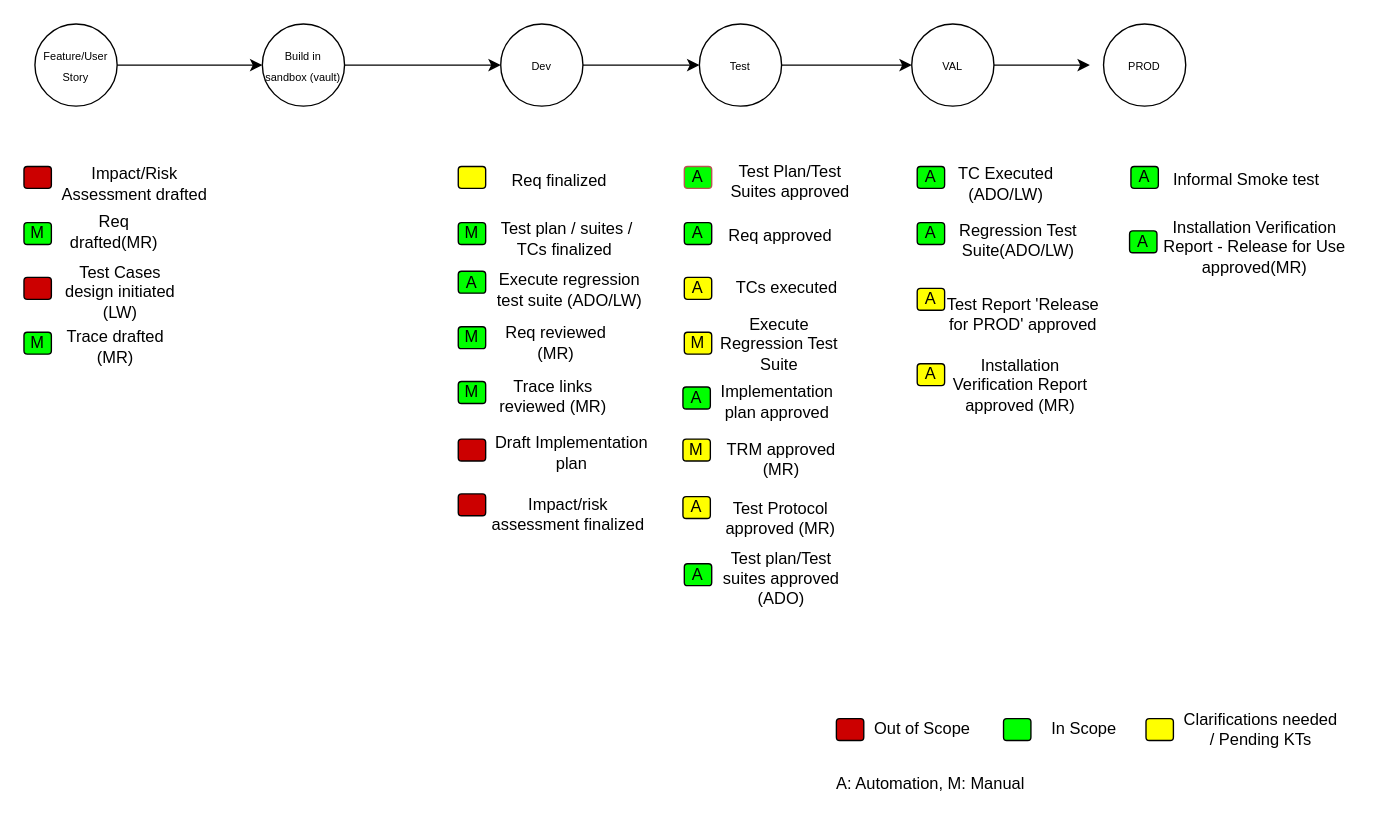
Above: hpalmtoado3.drawio in surajnaik90/Architectures-Designs (draw.io), before the change. Source tidied: cells renumbered, new cells numbered last; positions are measured from the earlier drawing's top-left corner, leaving out a move shared by most shapes. Both pictures are drawn from the tidied source at 137%, with x=0, y=0 at pixel (23, 23).
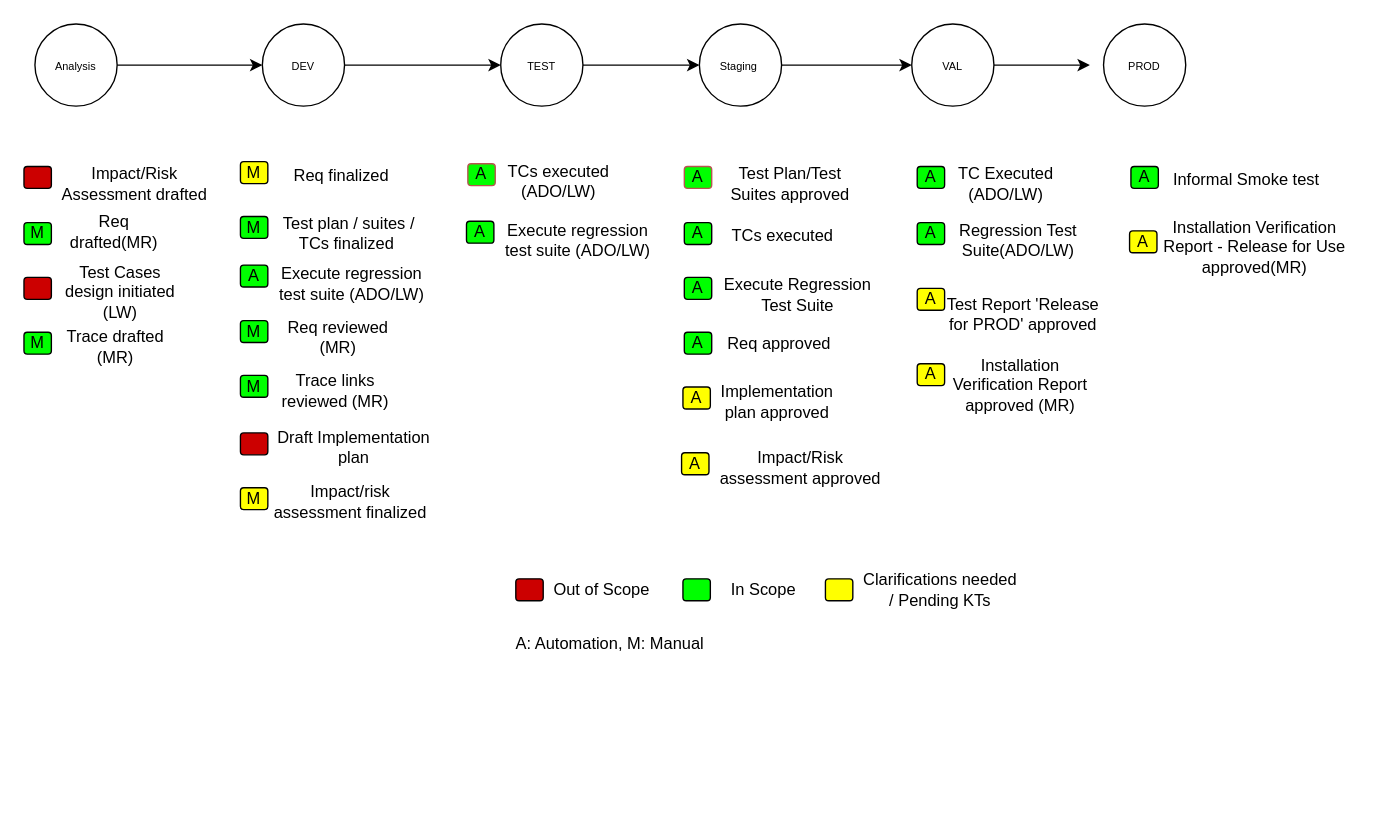
After the change.

Diff of the diagram source:
```diff
@@
-    <mxCell id="4" value="&lt;font style=&quot;font-size: 8px;&quot;&gt;Build in sandbox (vault)&lt;/font&gt;" style="text;html=1;strokeColor=none;fillColor=none;align=center;verticalAlign=middle;whiteSpace=wrap;rounded=0;" parent="1" vertex="1">
+    <mxCell id="4" value="&lt;font style=&quot;font-size: 8px;&quot;&gt;DEV&lt;/font&gt;" style="text;html=1;strokeColor=none;fillColor=none;align=center;verticalAlign=middle;whiteSpace=wrap;rounded=0;" parent="1" vertex="1">
       <mxGeometry x="174" y="15" width="60" height="30" as="geometry" />
     </mxCell>
@@
-    <mxCell id="7" value="&lt;font style=&quot;font-size: 8px;&quot;&gt;Dev&lt;/font&gt;" style="text;html=1;strokeColor=none;fillColor=none;align=center;verticalAlign=middle;whiteSpace=wrap;rounded=0;" parent="1" vertex="1">
+    <mxCell id="7" value="&lt;font style=&quot;font-size: 8px;&quot;&gt;TEST&lt;/font&gt;" style="text;html=1;strokeColor=none;fillColor=none;align=center;verticalAlign=middle;whiteSpace=wrap;rounded=0;" parent="1" vertex="1">
       <mxGeometry x="348" y="15" width="60" height="30" as="geometry" />
     </mxCell>
@@
-    <mxCell id="10" value="&lt;font style=&quot;font-size: 8px;&quot;&gt;Test&lt;/font&gt;" style="text;html=1;strokeColor=none;fillColor=none;align=center;verticalAlign=middle;whiteSpace=wrap;rounded=0;" parent="1" vertex="1">
+    <mxCell id="10" value="&lt;font style=&quot;font-size: 8px;&quot;&gt;Staging&lt;span style=&quot;white-space: pre;&quot;&gt; &lt;/span&gt;&lt;/font&gt;" style="text;html=1;strokeColor=none;fillColor=none;align=center;verticalAlign=middle;whiteSpace=wrap;rounded=0;" parent="1" vertex="1">
       <mxGeometry x="493" y="15" width="60" height="30" as="geometry" />
     </mxCell>
@@
     <mxCell id="17" value="A: Automation, M: Manual" style="text;html=1;strokeColor=none;fillColor=none;align=center;verticalAlign=middle;whiteSpace=wrap;rounded=0;" parent="1" vertex="1">
-      <mxGeometry x="561" y="540" width="202" height="30" as="geometry" />
+      <mxGeometry x="327" y="438" width="202" height="30" as="geometry" />
     </mxCell>
@@
-    <mxCell id="24" value="&lt;font style=&quot;font-size: 8px;&quot;&gt;Feature/User Story&lt;/font&gt;" style="text;html=1;strokeColor=none;fillColor=none;align=center;verticalAlign=middle;whiteSpace=wrap;rounded=0;" parent="1" vertex="1">
+    <mxCell id="24" value="&lt;font style=&quot;font-size: 8px;&quot;&gt;Analysis&lt;/font&gt;" style="text;html=1;strokeColor=none;fillColor=none;align=center;verticalAlign=middle;whiteSpace=wrap;rounded=0;" parent="1" vertex="1">
       <mxGeometry x="8" y="15" width="60" height="30" as="geometry" />
     </mxCell>
-    <mxCell id="25" value="Req finalized" style="text;html=1;strokeColor=none;fillColor=none;align=center;verticalAlign=middle;whiteSpace=wrap;rounded=0;" parent="1" vertex="1">
-      <mxGeometry x="342" y="100" width="98" height="30" as="geometry" />
-    </mxCell>
-    <mxCell id="26" value="Test plan / suites / TCs finalized&amp;nbsp;" style="text;html=1;strokeColor=none;fillColor=none;align=center;verticalAlign=middle;whiteSpace=wrap;rounded=0;" parent="1" vertex="1">
-      <mxGeometry x="343" y="142" width="107" height="30" as="geometry" />
-    </mxCell>
-    <mxCell id="27" value="Execute regression test suite (ADO/LW)" style="text;html=1;strokeColor=none;fillColor=none;align=center;verticalAlign=middle;whiteSpace=wrap;rounded=0;" parent="1" vertex="1">
-      <mxGeometry x="339" y="179" width="119" height="30" as="geometry" />
-    </mxCell>
-    <mxCell id="28" value="Req reviewed (MR)" style="text;html=1;strokeColor=none;fillColor=none;align=center;verticalAlign=middle;whiteSpace=wrap;rounded=0;" parent="1" vertex="1">
-      <mxGeometry x="345" y="218" width="87" height="30" as="geometry" />
-    </mxCell>
-    <mxCell id="29" value="Trace links reviewed (MR)" style="text;html=1;strokeColor=none;fillColor=none;align=center;verticalAlign=middle;whiteSpace=wrap;rounded=0;" parent="1" vertex="1">
-      <mxGeometry x="345" y="257" width="83" height="30" as="geometry" />
-    </mxCell>
-    <mxCell id="30" value="Draft Implementation plan" style="text;html=1;strokeColor=none;fillColor=none;align=center;verticalAlign=middle;whiteSpace=wrap;rounded=0;" parent="1" vertex="1">
-      <mxGeometry x="342" y="298" width="116" height="30" as="geometry" />
-    </mxCell>
-    <mxCell id="31" value="Impact/risk assessment finalized" style="text;html=1;strokeColor=none;fillColor=none;align=center;verticalAlign=middle;whiteSpace=wrap;rounded=0;" parent="1" vertex="1">
-      <mxGeometry x="337" y="343" width="121" height="30" as="geometry" />
-    </mxCell>
@@
-    <mxCell id="33" value="TRM approved (MR)" style="text;html=1;strokeColor=none;fillColor=none;align=center;verticalAlign=middle;whiteSpace=wrap;rounded=0;" parent="1" vertex="1">
-      <mxGeometry x="508" y="303" width="90" height="30" as="geometry" />
-    </mxCell>
-    <mxCell id="34" value="Test Protocol approved (MR)" style="text;html=1;strokeColor=none;fillColor=none;align=center;verticalAlign=middle;whiteSpace=wrap;rounded=0;" parent="1" vertex="1">
-      <mxGeometry x="507" y="346" width="91" height="30" as="geometry" />
-    </mxCell>
     <mxCell id="35" value="Test Plan/Test Suites approved" style="text;html=1;strokeColor=none;fillColor=none;align=center;verticalAlign=middle;whiteSpace=wrap;rounded=0;" parent="1" vertex="1">
-      <mxGeometry x="511" y="100" width="97" height="30" as="geometry" />
+      <mxGeometry x="511" y="102" width="97" height="30" as="geometry" />
     </mxCell>
-    <mxCell id="36" value="Req approved&amp;nbsp;" style="text;html=1;strokeColor=none;fillColor=none;align=center;verticalAlign=middle;whiteSpace=wrap;rounded=0;" parent="1" vertex="1">
+    <mxCell id="36" value="TCs executed" style="text;html=1;strokeColor=none;fillColor=none;align=center;verticalAlign=middle;whiteSpace=wrap;rounded=0;" parent="1" vertex="1">
       <mxGeometry x="499" y="140" width="110" height="30" as="geometry" />
     </mxCell>
-    <mxCell id="37" value="TCs executed" style="text;html=1;strokeColor=none;fillColor=none;align=center;verticalAlign=middle;whiteSpace=wrap;rounded=0;" parent="1" vertex="1">
-      <mxGeometry x="506" y="178" width="102" height="30" as="geometry" />
+    <mxCell id="37" value="Execute Regression Test Suite" style="text;html=1;strokeColor=none;fillColor=none;align=center;verticalAlign=middle;whiteSpace=wrap;rounded=0;" parent="1" vertex="1">
+      <mxGeometry x="509" y="183" width="112" height="30" as="geometry" />
     </mxCell>
-    <mxCell id="38" value="Execute Regression Test Suite" style="text;html=1;strokeColor=none;fillColor=none;align=center;verticalAlign=middle;whiteSpace=wrap;rounded=0;" parent="1" vertex="1">
+    <mxCell id="38" value="Req approved" style="text;html=1;strokeColor=none;fillColor=none;align=center;verticalAlign=middle;whiteSpace=wrap;rounded=0;" parent="1" vertex="1">
       <mxGeometry x="503" y="219" width="97" height="30" as="geometry" />
     </mxCell>
@@
-    <mxCell id="41" value="A" style="rounded=1;whiteSpace=wrap;html=1;fillColor=#FFFF00;" parent="1" vertex="1">
+    <mxCell id="41" value="A" style="rounded=1;whiteSpace=wrap;html=1;fillColor=#00FF00;" parent="1" vertex="1">
       <mxGeometry x="482" y="185" width="20" height="16" as="geometry" />
     </mxCell>
-    <mxCell id="42" value="M" style="rounded=1;whiteSpace=wrap;html=1;fillColor=#FFFF00;" parent="1" vertex="1">
+    <mxCell id="42" value="A" style="rounded=1;whiteSpace=wrap;html=1;fillColor=#00FF00;" parent="1" vertex="1">
       <mxGeometry x="482" y="225" width="20" height="16" as="geometry" />
     </mxCell>
-    <mxCell id="43" value="A" style="rounded=1;whiteSpace=wrap;html=1;fillColor=#00FF00;" parent="1" vertex="1">
+    <mxCell id="43" value="A" style="rounded=1;whiteSpace=wrap;html=1;fillColor=#FFFF00;" parent="1" vertex="1">
       <mxGeometry x="481" y="265" width="20" height="16" as="geometry" />
     </mxCell>
-    <mxCell id="44" value="M" style="rounded=1;whiteSpace=wrap;html=1;fillColor=#FFFF00;" parent="1" vertex="1">
-      <mxGeometry x="481" y="303" width="20" height="16" as="geometry" />
-    </mxCell>
-    <mxCell id="45" value="A" style="rounded=1;whiteSpace=wrap;html=1;fillColor=#FFFF00;" parent="1" vertex="1">
-      <mxGeometry x="481" y="345" width="20" height="16" as="geometry" />
-    </mxCell>
-    <mxCell id="46" value="Test plan/Test suites approved (ADO)" style="text;html=1;strokeColor=none;fillColor=none;align=center;verticalAlign=middle;whiteSpace=wrap;rounded=0;" parent="1" vertex="1">
-      <mxGeometry x="508" y="390" width="90" height="30" as="geometry" />
+    <mxCell id="46" value="Impact/Risk assessment approved" style="text;html=1;strokeColor=none;fillColor=none;align=center;verticalAlign=middle;whiteSpace=wrap;rounded=0;" parent="1" vertex="1">
+      <mxGeometry x="506" y="309" width="122" height="30" as="geometry" />
     </mxCell>
-    <mxCell id="47" value="A" style="rounded=1;whiteSpace=wrap;html=1;fillColor=#00FF00;" parent="1" vertex="1">
-      <mxGeometry x="482" y="394" width="20" height="16" as="geometry" />
+    <mxCell id="47" value="A" style="rounded=1;whiteSpace=wrap;html=1;fillColor=#FFFF00;" parent="1" vertex="1">
+      <mxGeometry x="480" y="313" width="20" height="16" as="geometry" />
     </mxCell>
-    <mxCell id="48" style="rounded=1;whiteSpace=wrap;html=1;fillColor=#FFFF00;" parent="1" vertex="1">
-      <mxGeometry x="317" y="104" width="20" height="16" as="geometry" />
-    </mxCell>
-    <mxCell id="49" value="M" style="rounded=1;whiteSpace=wrap;html=1;fillColor=#00FF00;" parent="1" vertex="1">
-      <mxGeometry x="317" y="145" width="20" height="16" as="geometry" />
-    </mxCell>
-    <mxCell id="50" value="A" style="rounded=1;whiteSpace=wrap;html=1;fillColor=#00FF00;" parent="1" vertex="1">
-      <mxGeometry x="317" y="180.5" width="20" height="16" as="geometry" />
-    </mxCell>
-    <mxCell id="51" value="M" style="rounded=1;whiteSpace=wrap;html=1;fillColor=#00FF00;" parent="1" vertex="1">
-      <mxGeometry x="317" y="221" width="20" height="16" as="geometry" />
-    </mxCell>
-    <mxCell id="52" value="M" style="rounded=1;whiteSpace=wrap;html=1;fillColor=#00FF00;" parent="1" vertex="1">
-      <mxGeometry x="317" y="261" width="20" height="16" as="geometry" />
-    </mxCell>
-    <mxCell id="53" style="rounded=1;whiteSpace=wrap;html=1;fillColor=#CC0000;" parent="1" vertex="1">
-      <mxGeometry x="317" y="303" width="20" height="16" as="geometry" />
-    </mxCell>
-    <mxCell id="54" style="rounded=1;whiteSpace=wrap;html=1;fillColor=#CC0000;" parent="1" vertex="1">
-      <mxGeometry x="317" y="343" width="20" height="16" as="geometry" />
-    </mxCell>
@@
-    <mxCell id="70" value="A" style="rounded=1;whiteSpace=wrap;html=1;fillColor=#00FF00;" parent="1" vertex="1">
+    <mxCell id="70" value="A" style="rounded=1;whiteSpace=wrap;html=1;fillColor=#FFFF00;" parent="1" vertex="1">
       <mxGeometry x="807" y="151" width="20" height="16" as="geometry" />
     </mxCell>
     <mxCell id="71" style="group;" parent="1" vertex="1">
-      <mxGeometry x="593" y="500" width="370" height="30" as="geometry" />
+      <mxGeometry x="359" y="398" width="370" height="30" as="geometry" />
     </mxCell>
@@
+    <mxCell id="78" style="group;" parent="1" vertex="1">
+      <mxGeometry x="158" y="95.5" width="141" height="273" as="geometry" />
+    </mxCell>
+    <mxCell id="25" value="Req finalized" style="text;html=1;strokeColor=none;fillColor=none;align=center;verticalAlign=middle;whiteSpace=wrap;rounded=0;" parent="78" vertex="1">
+      <mxGeometry x="25" width="98" height="30" as="geometry" />
+    </mxCell>
+    <mxCell id="26" value="Test plan / suites / TCs finalized&amp;nbsp;" style="text;html=1;strokeColor=none;fillColor=none;align=center;verticalAlign=middle;whiteSpace=wrap;rounded=0;" parent="78" vertex="1">
+      <mxGeometry x="26" y="42" width="107" height="30" as="geometry" />
+    </mxCell>
+    <mxCell id="27" value="Execute regression test suite (ADO/LW)" style="text;html=1;strokeColor=none;fillColor=none;align=center;verticalAlign=middle;whiteSpace=wrap;rounded=0;" parent="78" vertex="1">
+      <mxGeometry x="22" y="79" width="119" height="30" as="geometry" />
+    </mxCell>
+    <mxCell id="28" value="Req reviewed (MR)" style="text;html=1;strokeColor=none;fillColor=none;align=center;verticalAlign=middle;whiteSpace=wrap;rounded=0;" parent="78" vertex="1">
+      <mxGeometry x="28" y="118" width="87" height="30" as="geometry" />
+    </mxCell>
+    <mxCell id="29" value="Trace links reviewed (MR)" style="text;html=1;strokeColor=none;fillColor=none;align=center;verticalAlign=middle;whiteSpace=wrap;rounded=0;" parent="78" vertex="1">
+      <mxGeometry x="28" y="157" width="83" height="30" as="geometry" />
+    </mxCell>
+    <mxCell id="30" value="Draft Implementation plan" style="text;html=1;strokeColor=none;fillColor=none;align=center;verticalAlign=middle;whiteSpace=wrap;rounded=0;" parent="78" vertex="1">
+      <mxGeometry x="25" y="198" width="116" height="30" as="geometry" />
+    </mxCell>
+    <mxCell id="31" value="Impact/risk assessment finalized" style="text;html=1;strokeColor=none;fillColor=none;align=center;verticalAlign=middle;whiteSpace=wrap;rounded=0;" parent="78" vertex="1">
+      <mxGeometry x="20" y="238" width="121" height="30" as="geometry" />
+    </mxCell>
+    <mxCell id="48" value="M" style="rounded=1;whiteSpace=wrap;html=1;fillColor=#FFFF00;" parent="78" vertex="1">
+      <mxGeometry y="5" width="20" height="16" as="geometry" />
+    </mxCell>
+    <mxCell id="49" value="M" style="rounded=1;whiteSpace=wrap;html=1;fillColor=#00FF00;" parent="78" vertex="1">
+      <mxGeometry y="45" width="20" height="16" as="geometry" />
+    </mxCell>
+    <mxCell id="50" value="A" style="rounded=1;whiteSpace=wrap;html=1;fillColor=#00FF00;" parent="78" vertex="1">
+      <mxGeometry y="80.5" width="20" height="16" as="geometry" />
+    </mxCell>
+    <mxCell id="51" value="M" style="rounded=1;whiteSpace=wrap;html=1;fillColor=#00FF00;" parent="78" vertex="1">
+      <mxGeometry y="121" width="20" height="16" as="geometry" />
+    </mxCell>
+    <mxCell id="52" value="M" style="rounded=1;whiteSpace=wrap;html=1;fillColor=#00FF00;" parent="78" vertex="1">
+      <mxGeometry y="161" width="20" height="16" as="geometry" />
+    </mxCell>
+    <mxCell id="53" style="rounded=1;whiteSpace=wrap;html=1;fillColor=#CC0000;" parent="78" vertex="1">
+      <mxGeometry y="203" width="20" height="16" as="geometry" />
+    </mxCell>
+    <mxCell id="54" value="M" style="rounded=1;whiteSpace=wrap;html=1;fillColor=#FFFF00;" parent="78" vertex="1">
+      <mxGeometry y="243" width="20" height="16" as="geometry" />
+    </mxCell>
+    <mxCell id="79" value="TCs executed (ADO/LW)" style="text;html=1;strokeColor=none;fillColor=none;align=center;verticalAlign=middle;whiteSpace=wrap;rounded=0;" parent="1" vertex="1">
+      <mxGeometry x="342" y="100" width="97" height="30" as="geometry" />
+    </mxCell>
+    <mxCell id="80" value="A" style="rounded=1;whiteSpace=wrap;html=1;fillColor=#00FF00;strokeColor=#b85450;" parent="1" vertex="1">
+      <mxGeometry x="324" y="102" width="20" height="16" as="geometry" />
+    </mxCell>
+    <mxCell id="81" value="Execute regression test suite (ADO/LW)" style="text;html=1;strokeColor=none;fillColor=none;align=center;verticalAlign=middle;whiteSpace=wrap;rounded=0;" parent="1" vertex="1">
+      <mxGeometry x="345" y="142.5" width="119" height="30" as="geometry" />
+    </mxCell>
+    <mxCell id="82" value="A" style="rounded=1;whiteSpace=wrap;html=1;fillColor=#00FF00;" parent="1" vertex="1">
+      <mxGeometry x="323" y="144" width="20" height="16" as="geometry" />
+    </mxCell>
```
